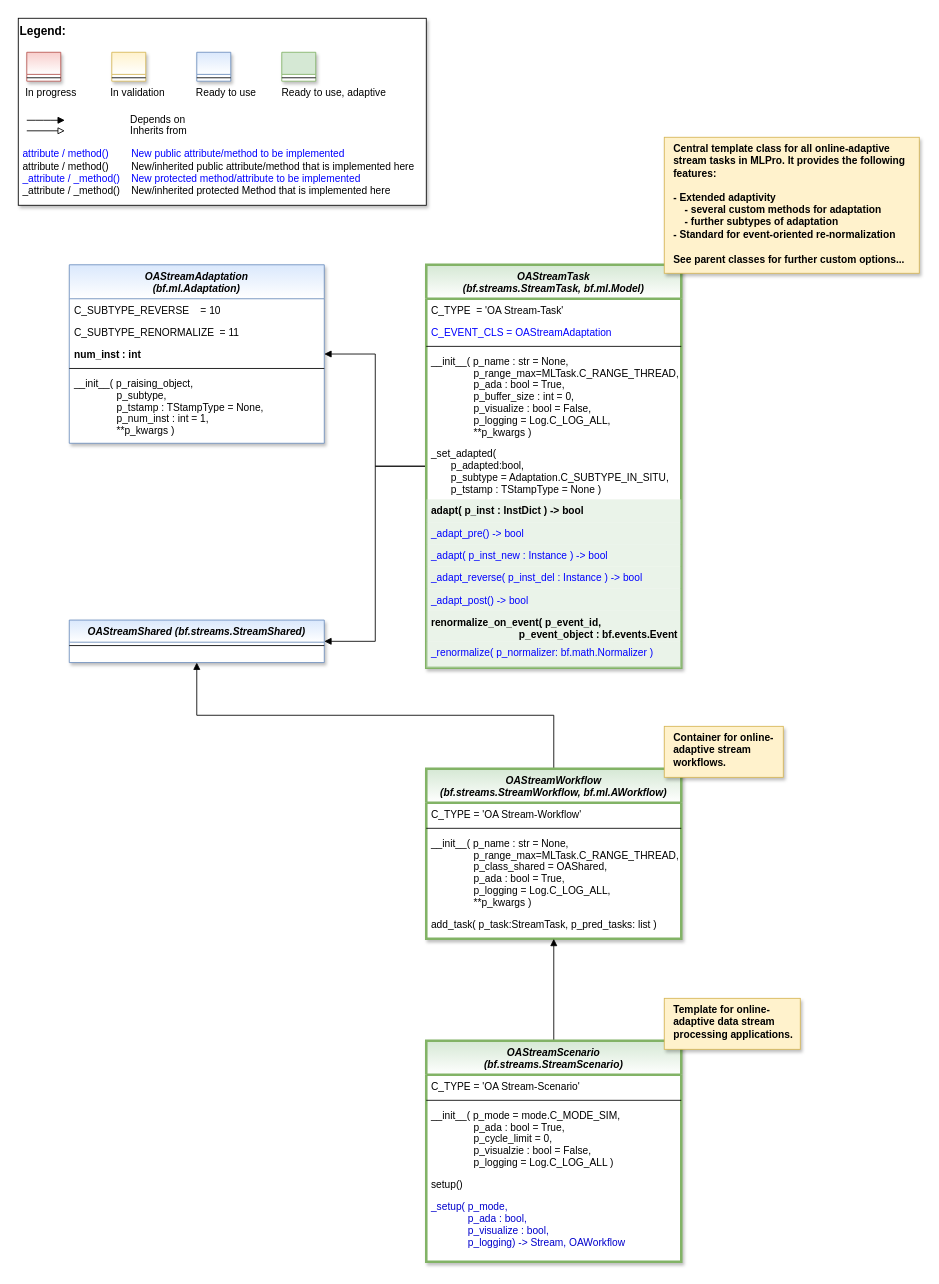
This is doc/rtd/content/99_appendices/appendix2/sub/mlpro_oa/streams/00_basics/images/MLPro-OA-Stream-Processing_class_diagram.drawio from fhswf/MLPro, a draw.io file, before an edit. Source tidied: cells renumbered, new cells numbered last; positions are measured from the earlier drawing's top-left corner, leaving out a move shared by most shapes. Both pictures are drawn from the tidied source at 85%, with x=0, y=0 at pixel (18, 18).
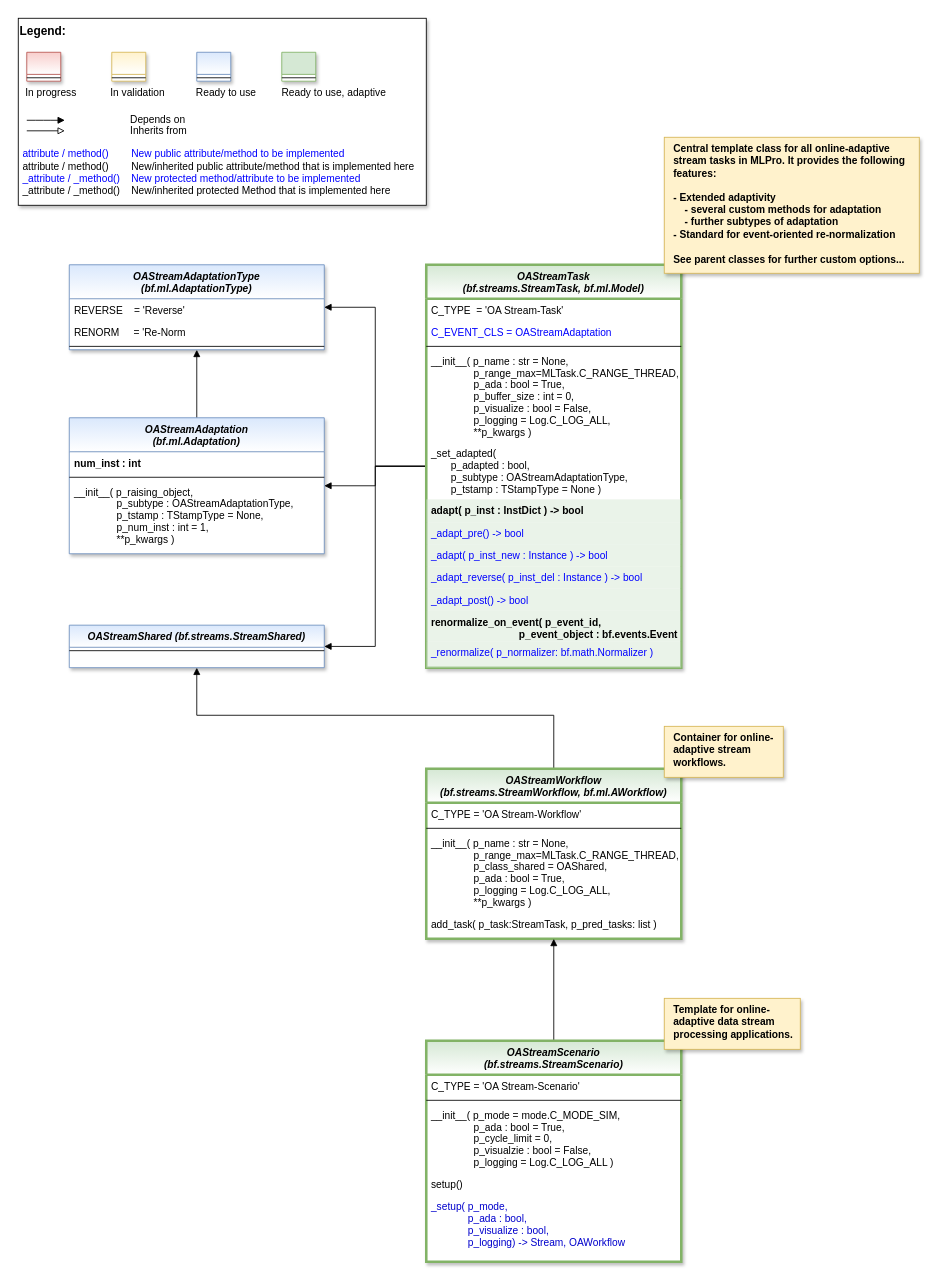
After the change.

Commit message (it also covers changes not shown here):
BF/OA: Extended adaptation event management #1194

Unchanged cells that the change refers to:
```xml
<mxCell id="4" value="OAStreamTask &#10;(bf.streams.StreamTask, bf.ml.Model)" style="swimlane;fontStyle=3;align=center;verticalAlign=top;horizontal=1;startSize=40;rounded=0;shadow=1;strokeWidth=3;fillColor=#d5e8d4;strokeColor=#82b366;swimlaneFillColor=#ffffff;gradientColor=#FFFFFF;" parent="1" vertex="1">
  <mxGeometry x="480" y="290" width="300" height="474" as="geometry" />
</mxCell>
```

What changed in the source:
```diff
@@
+    <mxCell id="53" style="edgeStyle=orthogonalEdgeStyle;rounded=0;jettySize=auto;html=1;endArrow=block;endFill=1;" parent="1" edge="1" source="4" target="55">
+      <mxGeometry relative="1" as="geometry" />
+    </mxCell>
@@
-    <mxCell id="9" value="_set_adapted( &#10;       p_adapted:bool,&#10;       p_subtype = Adaptation.C_SUBTYPE_IN_SITU,&#10;       p_tstamp : TStampType = None )" style="text;align=left;verticalAlign=top;spacingLeft=4;spacingRight=4;overflow=hidden;" parent="4" vertex="1">
+    <mxCell id="9" value="_set_adapted( &#10;       p_adapted : bool,&#10;       p_subtype : OAStreamAdaptationType,&#10;       p_tstamp : TStampType = None )" style="text;align=left;verticalAlign=top;spacingLeft=4;spacingRight=4;overflow=hidden;" parent="4" vertex="1">
       <mxGeometry y="209" width="300" height="67" as="geometry" />
     </mxCell>
@@
     <mxCell id="30" value="OAStreamShared (bf.streams.StreamShared)" style="swimlane;fontStyle=3;align=center;verticalAlign=top;horizontal=1;startSize=26;rounded=0;shadow=1;strokeWidth=1;fillColor=#dae8fc;strokeColor=#6c8ebf;swimlaneFillColor=#ffffff;gradientColor=#FFFFFF;" parent="1" vertex="1">
-      <mxGeometry x="60" y="708" width="300" height="50" as="geometry" />
+      <mxGeometry x="60" y="714" width="300" height="50" as="geometry" />
     </mxCell>
@@
+    <mxCell id="54" style="edgeStyle=orthogonalEdgeStyle;rounded=0;jettySize=auto;html=1;endArrow=block;endFill=1;" parent="1" edge="1" source="44" target="55">
+      <mxGeometry relative="1" as="geometry" />
+    </mxCell>
     <mxCell id="44" value="OAStreamAdaptation&#10;(bf.ml.Adaptation)" style="swimlane;fontStyle=3;align=center;verticalAlign=top;horizontal=1;startSize=40;rounded=0;shadow=1;strokeWidth=1;fillColor=#dae8fc;strokeColor=#6c8ebf;swimlaneFillColor=#ffffff;gradientColor=#FFFFFF;" parent="1" vertex="1">
-      <mxGeometry x="60" y="290" width="300" height="210" as="geometry" />
+      <mxGeometry x="60" y="470" width="300" height="160" as="geometry" />
     </mxCell>
-    <mxCell id="45" value="C_SUBTYPE_REVERSE    = 10" style="text;align=left;verticalAlign=top;spacingLeft=4;spacingRight=4;overflow=hidden;" parent="44" vertex="1">
-      <mxGeometry y="40" width="300" height="26" as="geometry" />
-    </mxCell>
-    <mxCell id="46" value="C_SUBTYPE_RENORMALIZE  = 11" style="text;align=left;verticalAlign=top;spacingLeft=4;spacingRight=4;overflow=hidden;" parent="44" vertex="1">
-      <mxGeometry y="66" width="300" height="26" as="geometry" />
-    </mxCell>
     <mxCell id="47" value="num_inst : int" style="text;align=left;verticalAlign=top;spacingLeft=4;spacingRight=4;overflow=hidden;fontStyle=1;" parent="44" vertex="1">
-      <mxGeometry y="92" width="300" height="26" as="geometry" />
+      <mxGeometry y="40" width="300" height="26" as="geometry" />
     </mxCell>
     <mxCell id="48" style="line;html=1;strokeWidth=1;align=left;verticalAlign=middle;spacingTop=-1;spacingLeft=3;spacingRight=3;labelPosition=right;" parent="44" vertex="1">
-      <mxGeometry y="118" width="300" height="8" as="geometry" />
+      <mxGeometry y="66" width="300" height="8" as="geometry" />
     </mxCell>
-    <mxCell id="49" value="__init__( p_raising_object,&#10;               p_subtype,&#10;               p_tstamp : TStampType = None,&#10;               p_num_inst : int = 1,&#10;               **p_kwargs )" style="text;align=left;verticalAlign=top;spacingLeft=4;spacingRight=4;overflow=hidden;" parent="44" vertex="1">
-      <mxGeometry y="126" width="300" height="84" as="geometry" />
+    <mxCell id="49" value="__init__( p_raising_object,&#10;               p_subtype : OAStreamAdaptationType,&#10;               p_tstamp : TStampType = None,&#10;               p_num_inst : int = 1,&#10;               **p_kwargs )" style="text;align=left;verticalAlign=top;spacingLeft=4;spacingRight=4;overflow=hidden;" parent="44" vertex="1">
+      <mxGeometry y="74" width="300" height="84" as="geometry" />
     </mxCell>
@@
+    <mxCell id="55" value="OAStreamAdaptationType&#10;(bf.ml.AdaptationType)" style="swimlane;fontStyle=3;align=center;verticalAlign=top;horizontal=1;startSize=40;rounded=0;shadow=1;strokeWidth=1;fillColor=#dae8fc;strokeColor=#6c8ebf;swimlaneFillColor=#ffffff;gradientColor=#FFFFFF;" parent="1" vertex="1">
+      <mxGeometry x="60" y="290" width="300" height="100" as="geometry" />
+    </mxCell>
+    <mxCell id="56" value="REVERSE    = 'Reverse'" style="text;align=left;verticalAlign=top;spacingLeft=4;spacingRight=4;overflow=hidden;" parent="55" vertex="1">
+      <mxGeometry y="40" width="300" height="26" as="geometry" />
+    </mxCell>
+    <mxCell id="57" value="RENORM     = 'Re-Norm" style="text;align=left;verticalAlign=top;spacingLeft=4;spacingRight=4;overflow=hidden;" parent="55" vertex="1">
+      <mxGeometry y="66" width="300" height="26" as="geometry" />
+    </mxCell>
+    <mxCell id="58" style="line;html=1;strokeWidth=1;align=left;verticalAlign=middle;spacingTop=-1;spacingLeft=3;spacingRight=3;labelPosition=right;" parent="55" vertex="1">
+      <mxGeometry y="92" width="300" height="8" as="geometry" />
+    </mxCell>
```
